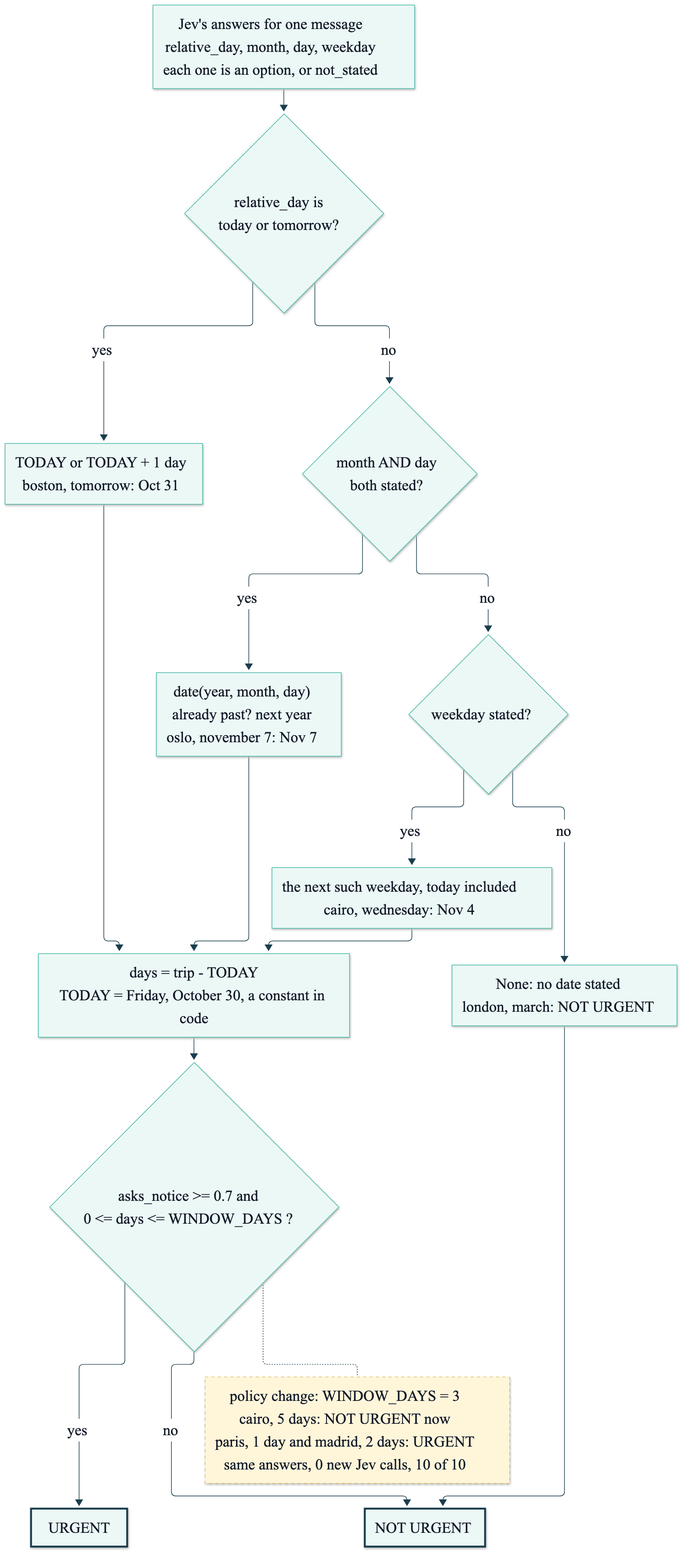
Before: course/diagrams/module_02/p1-dates-in-code.png, a diagram exported from Mermaid (axel-sirota/getting_started_jev). Its source is kept beside it as course/diagrams/module_02/p1-dates-in-code.mmd. Its diagram source:
```mermaid
%%{init: {"theme": "base", "themeVariables": {"fontFamily": "Inter, sans-serif", "primaryColor": "#ECF8F6", "primaryBorderColor": "#40B8A6", "primaryTextColor": "#111827", "lineColor": "#1A3D4D", "secondaryColor": "#F9FAFB", "tertiaryColor": "#FFFFFF", "clusterBkg": "#F9FAFB", "clusterBorder": "#D1D5DB", "actorBkg": "#ECF8F6", "actorBorder": "#40B8A6", "noteBkgColor": "#FFF6DA", "noteBorderColor": "#E0B84C"}}}%%
flowchart TD
  IN["Jev's answers for one message<br/>relative_day, month, day, weekday<br/>each one is an option, or not_stated"]
  D1{"relative_day is<br/>today or tomorrow?"}
  D2{"month AND day<br/>both stated?"}
  D3{"weekday stated?"}
  T1["TODAY or TODAY + 1 day<br/>boston, tomorrow: Oct 31"]
  T2["date(year, month, day)<br/>already past? next year<br/>oslo, november 7: Nov 7"]
  T3["the next such weekday, today included<br/>cairo, wednesday: Nov 4"]
  T4["None: no date stated<br/>london, march: NOT URGENT"]
  DAYS["days = trip - TODAY<br/>TODAY = Friday, October 30, a constant in code"]
  W{"asks_notice >= 0.7 and<br/>0 <= days <= WINDOW_DAYS ?"}
  U["URGENT"]
  N["NOT URGENT"]
  P["policy change: WINDOW_DAYS = 3<br/>cairo, 5 days: NOT URGENT now<br/>paris, 1 day and madrid, 2 days: URGENT<br/>same answers, 0 new Jev calls, 10 of 10"]
  IN --> D1
  D1 -- yes --> T1
  D1 -- no --> D2
  D2 -- yes --> T2
  D2 -- no --> D3
  D3 -- yes --> T3
  D3 -- no --> T4
  T4 --> N
  T1 --> DAYS
  T2 --> DAYS
  T3 --> DAYS
  DAYS --> W
  W -- yes --> U
  W -- no --> N
  W -.- P
  style P fill:#FFF6DA,stroke:#E0B84C,stroke-dasharray:5 5

  classDef fail fill:#FDECEA,stroke:#B42318,stroke-width:4px
  classDef changed fill:#D5F2EC,stroke:#1A3D4D,stroke-width:4px
  classDef ok fill:#ECF8F6,stroke:#1A3D4D,stroke-width:3px
  class U ok
  class N ok
```
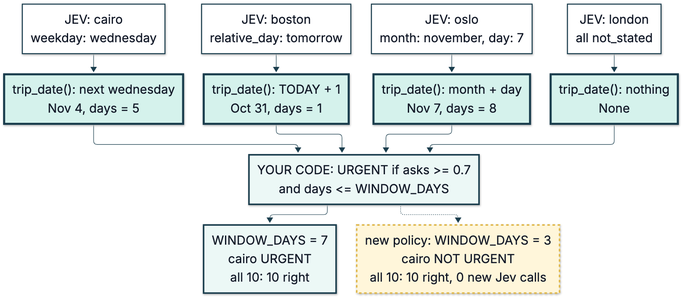
Later version of the same file.

What changed in the source:
```diff
@@ -1,37 +1,32 @@
 %%{init: {"theme": "base", "themeVariables": {"fontFamily": "Inter, sans-serif", "primaryColor": "#ECF8F6", "primaryBorderColor": "#40B8A6", "primaryTextColor": "#111827", "lineColor": "#1A3D4D", "secondaryColor": "#F9FAFB", "tertiaryColor": "#FFFFFF", "clusterBkg": "#F9FAFB", "clusterBorder": "#D1D5DB", "actorBkg": "#ECF8F6", "actorBorder": "#40B8A6", "noteBkgColor": "#FFF6DA", "noteBorderColor": "#E0B84C"}}}%%
-flowchart TD
-  IN["Jev's answers for one message<br/>relative_day, month, day, weekday<br/>each one is an option, or not_stated"]
-  D1{"relative_day is<br/>today or tomorrow?"}
-  D2{"month AND day<br/>both stated?"}
-  D3{"weekday stated?"}
-  T1["TODAY or TODAY + 1 day<br/>boston, tomorrow: Oct 31"]
-  T2["date(year, month, day)<br/>already past? next year<br/>oslo, november 7: Nov 7"]
-  T3["the next such weekday, today included<br/>cairo, wednesday: Nov 4"]
-  T4["None: no date stated<br/>london, march: NOT URGENT"]
-  DAYS["days = trip - TODAY<br/>TODAY = Friday, October 30, a constant in code"]
-  W{"asks_notice >= 0.7 and<br/>0 <= days <= WINDOW_DAYS ?"}
-  U["URGENT"]
-  N["NOT URGENT"]
-  P["policy change: WINDOW_DAYS = 3<br/>cairo, 5 days: NOT URGENT now<br/>paris, 1 day and madrid, 2 days: URGENT<br/>same answers, 0 new Jev calls, 10 of 10"]
-  IN --> D1
-  D1 -- yes --> T1
-  D1 -- no --> D2
-  D2 -- yes --> T2
-  D2 -- no --> D3
-  D3 -- yes --> T3
-  D3 -- no --> T4
-  T4 --> N
-  T1 --> DAYS
-  T2 --> DAYS
-  T3 --> DAYS
-  DAYS --> W
-  W -- yes --> U
-  W -- no --> N
-  W -.- P
-  style P fill:#FFF6DA,stroke:#E0B84C,stroke-dasharray:5 5
+flowchart TB
+  A1["JEV: cairo<br/>weekday: wednesday"]
+  A2["JEV: boston<br/>relative_day: tomorrow"]
+  A3["JEV: oslo<br/>month: november, day: 7"]
+  A4["JEV: london<br/>all not_stated"]
+  T1["trip_date(): next wednesday<br/>Nov 4, days = 5"]
+  T2["trip_date(): TODAY + 1<br/>Oct 31, days = 1"]
+  T3["trip_date(): month + day<br/>Nov 7, days = 8"]
+  T4["trip_date(): nothing<br/>None"]
+  R["YOUR CODE: URGENT if asks >= 0.7<br/>and days <= WINDOW_DAYS"]
+  O1["WINDOW_DAYS = 7<br/>cairo URGENT<br/>all 10: 10 right"]
+  O2["new policy: WINDOW_DAYS = 3<br/>cairo NOT URGENT<br/>all 10: 10 right, 0 new Jev calls"]
+  A1 --> T1
+  A2 --> T2
+  A3 --> T3
+  A4 --> T4
+  T1 --> R
+  T2 --> R
+  T3 --> R
+  T4 --> R
+  R --> O1
+  R -.-> O2
 
-  classDef fail fill:#FDECEA,stroke:#B42318,stroke-width:4px
   classDef changed fill:#D5F2EC,stroke:#1A3D4D,stroke-width:4px
+  classDef score fill:#FFFFFF,stroke:#1A3D4D,stroke-width:2px
   classDef ok fill:#ECF8F6,stroke:#1A3D4D,stroke-width:3px
-  class U ok
-  class N ok
+  classDef policy fill:#FFF6DA,stroke:#E0B84C,stroke-width:3px,stroke-dasharray:5 5
+  class A1,A2,A3,A4 score
+  class T1,T2,T3,T4 changed
+  class R,O1 ok
+  class O2 policy
```
